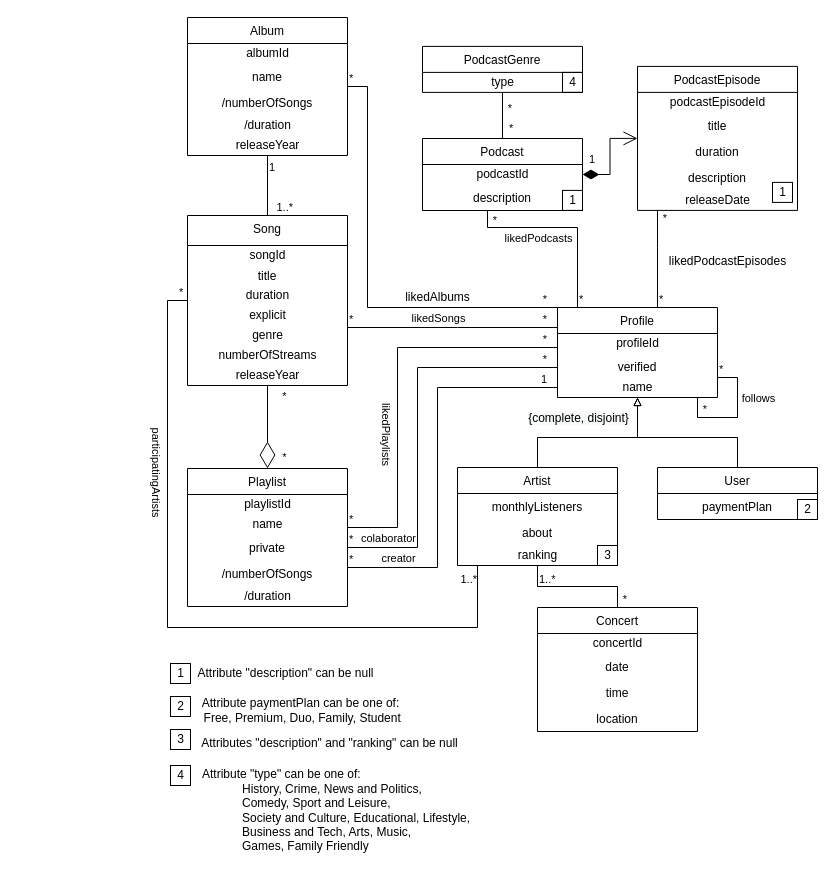
The draw.io diagram page "Page-2" (2 of 2) of Spotify-class-diag.drawio in Naapperas/feup-bd, before the edit. Source tidied: cells renumbered, new cells numbered last; positions are measured from the earlier drawing's top-left corner, leaving out a move shared by most shapes. Both pictures are drawn from the tidied source at 100%, with x=0, y=0 at pixel (167, 17).
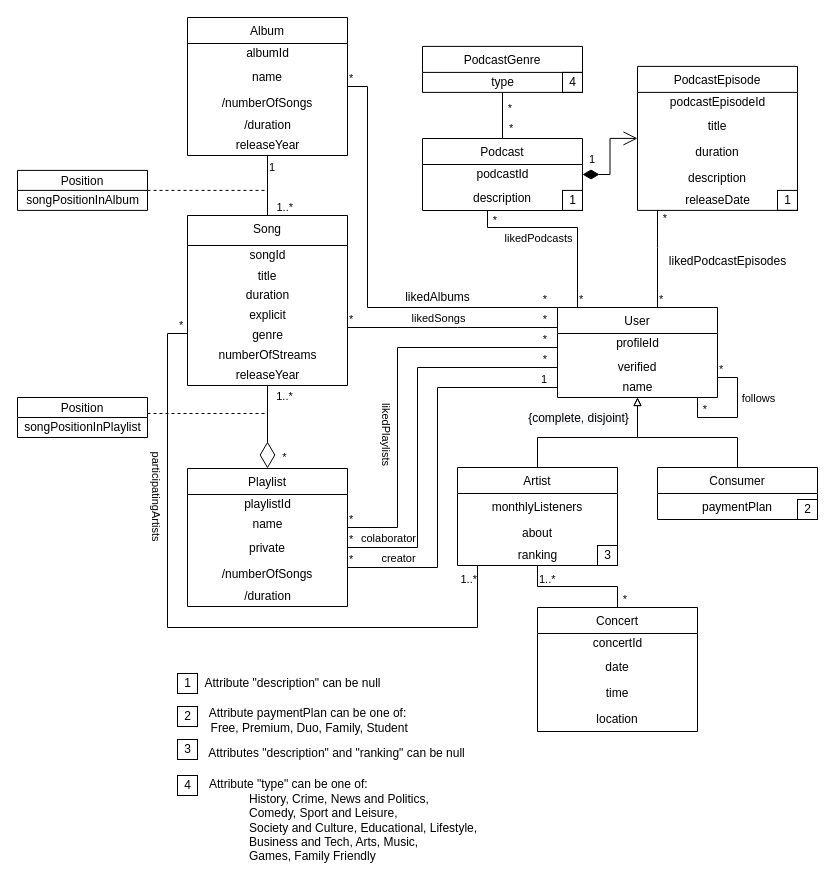
Above is the later version.

Commit message:
Added song position to Album and Playlist

The change refers to these unchanged cells:
```xml
<mxCell id="2" value="Song" style="swimlane;fontStyle=0;align=center;verticalAlign=top;horizontal=1;startSize=30;rounded=0;shadow=0;strokeWidth=1;" parent="1" vertex="1">
  <mxGeometry x="20" y="198" width="160" height="170" as="geometry" />
</mxCell>
<mxCell id="10" value="Album" style="swimlane;fontStyle=0;horizontal=1;startSize=26;fillColor=none;align=center;" parent="1" vertex="1">
  <mxGeometry x="20" width="160" height="138" as="geometry" />
</mxCell>
<mxCell id="21" value="Artist" style="swimlane;fontStyle=0;horizontal=1;startSize=26;fillColor=none;align=center;" parent="1" vertex="1">
  <mxGeometry x="290" y="450" width="160" height="98" as="geometry" />
</mxCell>
<mxCell id="63" style="endArrow=diamondThin;endFill=0;endSize=24;html=1;rounded=0;" parent="1" edge="1" source="2" target="34">
  <mxGeometry relative="1" as="geometry" />
</mxCell>
```

Diff of the diagram source:
```diff
@@
-    <mxCell id="16" value="Profile" style="swimlane;fontStyle=0;horizontal=1;startSize=26;fillColor=none;align=center;" parent="1" vertex="1">
+    <mxCell id="16" value="User" style="swimlane;fontStyle=0;horizontal=1;startSize=26;fillColor=none;align=center;" parent="1" vertex="1">
       <mxGeometry x="390" y="290" width="160" height="90" as="geometry" />
     </mxCell>
@@
-    <mxCell id="27" value="User" style="swimlane;fontStyle=0;horizontal=1;startSize=26;fillColor=none;align=center;" parent="1" vertex="1">
+    <mxCell id="27" value="Consumer" style="swimlane;fontStyle=0;horizontal=1;startSize=26;fillColor=none;align=center;" parent="1" vertex="1">
       <mxGeometry x="490" y="450" width="160" height="52" as="geometry" />
     </mxCell>
@@
-    <mxCell id="65" value="*" style="edgeLabel;html=1;align=center;verticalAlign=middle;" parent="63" vertex="1">
+    <mxCell id="65" value="1..*" style="edgeLabel;html=1;align=center;verticalAlign=middle;" parent="63" vertex="1">
       <mxGeometry x="0.65" y="-1" relative="1" as="geometry">
         <mxPoint x="17" y="-58" as="offset" />
       </mxGeometry>
     </mxCell>
@@
     <mxCell id="67" value="1" style="text;html=1;align=center;verticalAlign=middle;strokeColor=default;fillColor=none;" parent="1" vertex="1">
-      <mxGeometry x="605" y="164.9" width="20" height="20" as="geometry" />
+      <mxGeometry x="610" y="172.9" width="20" height="20" as="geometry" />
     </mxCell>
-    <mxCell id="68" style="endArrow=none;html=1;edgeStyle=orthogonalEdgeStyle;rounded=0;" parent="1" edge="1" source="10" target="2">
+    <mxCell id="68" style="endArrow=none;html=1;edgeStyle=orthogonalEdgeStyle;rounded=0;startArrow=none;startFill=0;" parent="1" edge="1" source="10" target="2">
       <mxGeometry relative="1" as="geometry" />
     </mxCell>
@@
     <mxCell id="71" value="1" style="text;html=1;align=center;verticalAlign=middle;strokeColor=default;fillColor=none;" parent="1" vertex="1">
-      <mxGeometry x="3" y="646" width="20" height="20" as="geometry" />
+      <mxGeometry x="10" y="656" width="20" height="20" as="geometry" />
     </mxCell>
     <mxCell id="72" value="Attribute &quot;description&quot; can be null&lt;br&gt;" style="text;html=1;align=center;verticalAlign=middle;strokeColor=none;fillColor=none;" parent="1" vertex="1">
-      <mxGeometry x="23" y="646" width="190" height="20" as="geometry" />
+      <mxGeometry x="30" y="656" width="190" height="20" as="geometry" />
     </mxCell>
@@
     <mxCell id="100" style="endArrow=none;html=1;edgeStyle=orthogonalEdgeStyle;rounded=0;" parent="1" edge="1" source="2" target="21">
       <mxGeometry relative="1" as="geometry">
         <Array as="points">
-          <mxPoint y="283" />
+          <mxPoint y="316" />
           <mxPoint y="610" />
           <mxPoint x="310" y="610" />
         </Array>
       </mxGeometry>
     </mxCell>
@@
     <mxCell id="104" value="Attribute paymentPlan can be one of: &lt;br&gt;&lt;span style=&quot;white-space: pre&quot;&gt; &lt;/span&gt;Free, Premium, Duo, Family, Student" style="text;html=1;align=center;verticalAlign=middle;strokeColor=none;fillColor=none;" parent="1" vertex="1">
-      <mxGeometry x="13" y="678" width="240" height="30" as="geometry" />
+      <mxGeometry x="20" y="688" width="240" height="30" as="geometry" />
     </mxCell>
@@
     <mxCell id="106" value="2" style="text;html=1;align=center;verticalAlign=middle;strokeColor=default;fillColor=none;" parent="1" vertex="1">
-      <mxGeometry x="3" y="679" width="20" height="20" as="geometry" />
+      <mxGeometry x="10" y="689" width="20" height="20" as="geometry" />
     </mxCell>
     <mxCell id="107" value="3" style="text;html=1;align=center;verticalAlign=middle;strokeColor=default;fillColor=none;" parent="1" vertex="1">
-      <mxGeometry x="3" y="712" width="20" height="20" as="geometry" />
+      <mxGeometry x="10" y="722" width="20" height="20" as="geometry" />
     </mxCell>
@@
     <mxCell id="109" value="Attributes &quot;description&quot; and &quot;ranking&quot; can be null" style="text;html=1;align=center;verticalAlign=middle;strokeColor=none;fillColor=none;" parent="1" vertex="1">
-      <mxGeometry x="27" y="716" width="270" height="20" as="geometry" />
+      <mxGeometry x="34" y="726" width="270" height="20" as="geometry" />
     </mxCell>
     <mxCell id="110" value="4" style="text;html=1;align=center;verticalAlign=middle;strokeColor=default;fillColor=none;" parent="1" vertex="1">
-      <mxGeometry x="3" y="748" width="20" height="20" as="geometry" />
+      <mxGeometry x="10" y="758" width="20" height="20" as="geometry" />
     </mxCell>
@@
     <mxCell id="112" value="Attribute &quot;type&quot; can be one of:&lt;br&gt;&lt;blockquote style=&quot;margin: 0 0 0 40px ; border: none ; padding: 0px&quot;&gt;History, Crime, News and Politics,&lt;br&gt;Comedy, Sport and Leisure,&lt;br&gt; Society and Culture, Educational, Lifestyle,&lt;br&gt; Business and Tech, Arts, Music,&lt;/blockquote&gt;&lt;blockquote style=&quot;margin: 0 0 0 40px ; border: none ; padding: 0px&quot;&gt;Games, Family Friendly&lt;/blockquote&gt;" style="text;html=1;align=left;verticalAlign=middle;strokeColor=none;fillColor=none;" parent="1" vertex="1">
-      <mxGeometry x="33" y="748" width="280" height="90" as="geometry" />
+      <mxGeometry x="40" y="758" width="280" height="90" as="geometry" />
     </mxCell>
+    <mxCell id="113" style="edgeStyle=orthogonalEdgeStyle;rounded=0;jettySize=auto;html=1;dashed=1;startArrow=none;startFill=0;endArrow=none;endFill=0;" parent="1" edge="1" source="114">
+      <mxGeometry relative="1" as="geometry">
+        <mxPoint x="100" y="406" as="targetPoint" />
+        <Array as="points">
+          <mxPoint x="100" y="396" />
+        </Array>
+      </mxGeometry>
+    </mxCell>
+    <mxCell id="114" value="Position" style="swimlane;fontStyle=0;horizontal=1;startSize=20;fillColor=none;align=center;" parent="1" vertex="1">
+      <mxGeometry x="-150" y="380" width="130" height="40" as="geometry" />
+    </mxCell>
+    <mxCell id="115" value="songPositionInPlaylist" style="text;html=1;align=center;verticalAlign=middle;strokeColor=none;fillColor=none;" parent="114" vertex="1">
+      <mxGeometry y="20" width="130" height="20" as="geometry" />
+    </mxCell>
+    <mxCell id="116" style="edgeStyle=orthogonalEdgeStyle;rounded=0;jettySize=auto;html=1;dashed=1;startArrow=none;startFill=0;endArrow=none;endFill=0;" parent="1" edge="1" source="117">
+      <mxGeometry relative="1" as="geometry">
+        <mxPoint x="100" y="172.9" as="targetPoint" />
+      </mxGeometry>
+    </mxCell>
+    <mxCell id="117" value="Position" style="swimlane;fontStyle=0;horizontal=1;startSize=20;fillColor=none;align=center;" parent="1" vertex="1">
+      <mxGeometry x="-150" y="152.9" width="130" height="40" as="geometry" />
+    </mxCell>
+    <mxCell id="118" value="songPositionInAlbum" style="text;html=1;align=center;verticalAlign=middle;strokeColor=none;fillColor=none;" parent="117" vertex="1">
+      <mxGeometry y="20" width="130" height="20" as="geometry" />
+    </mxCell>
```
